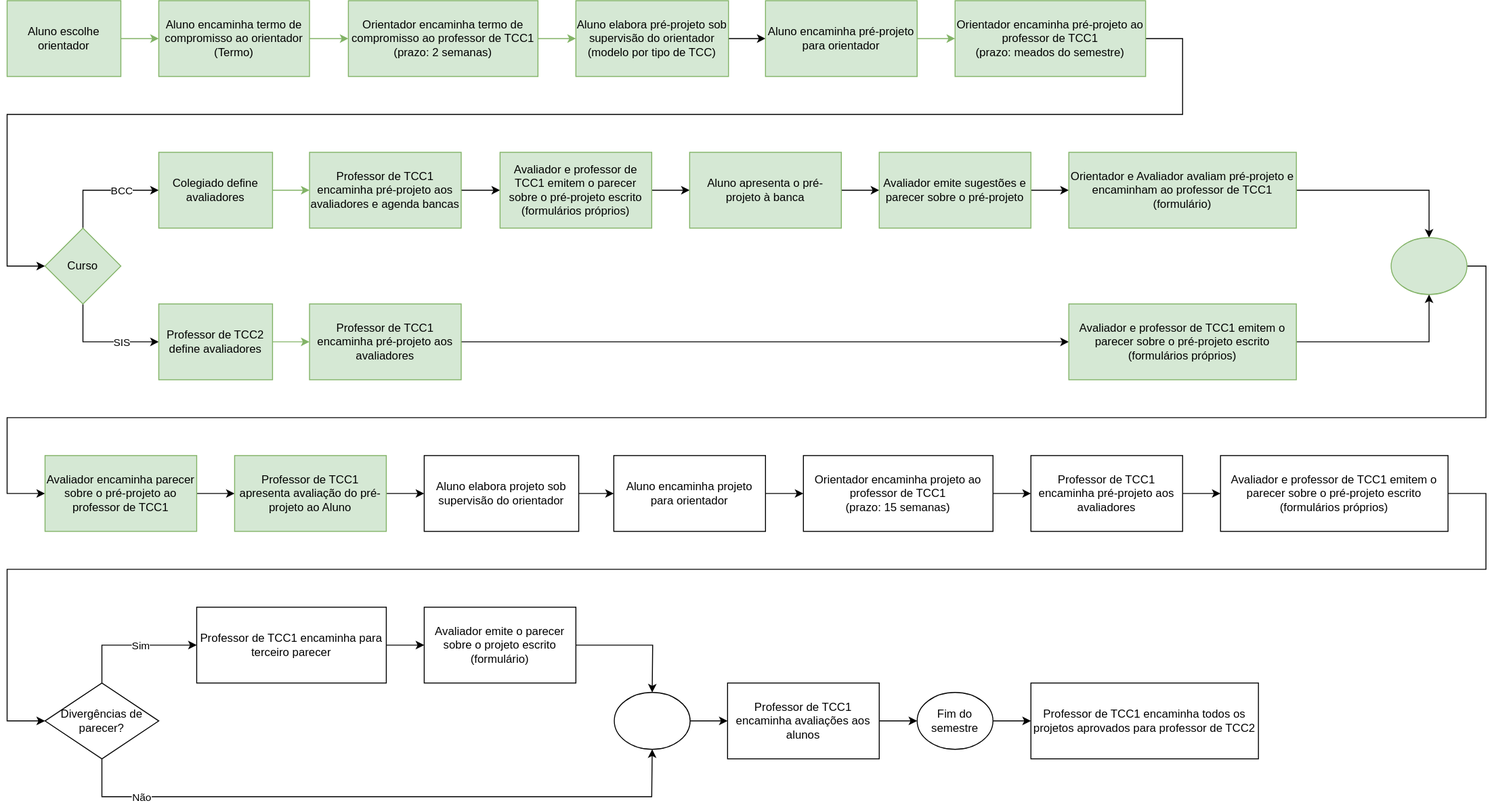
Before: cronogramaFluxograma.drawio.svg, a diagram exported from draw.io (dalton-reis/disciplina_TCC1_Privado). Source tidied: cells renumbered, new cells last; positions are measured from the earlier drawing's top-left corner, leaving out a move shared by most shapes.
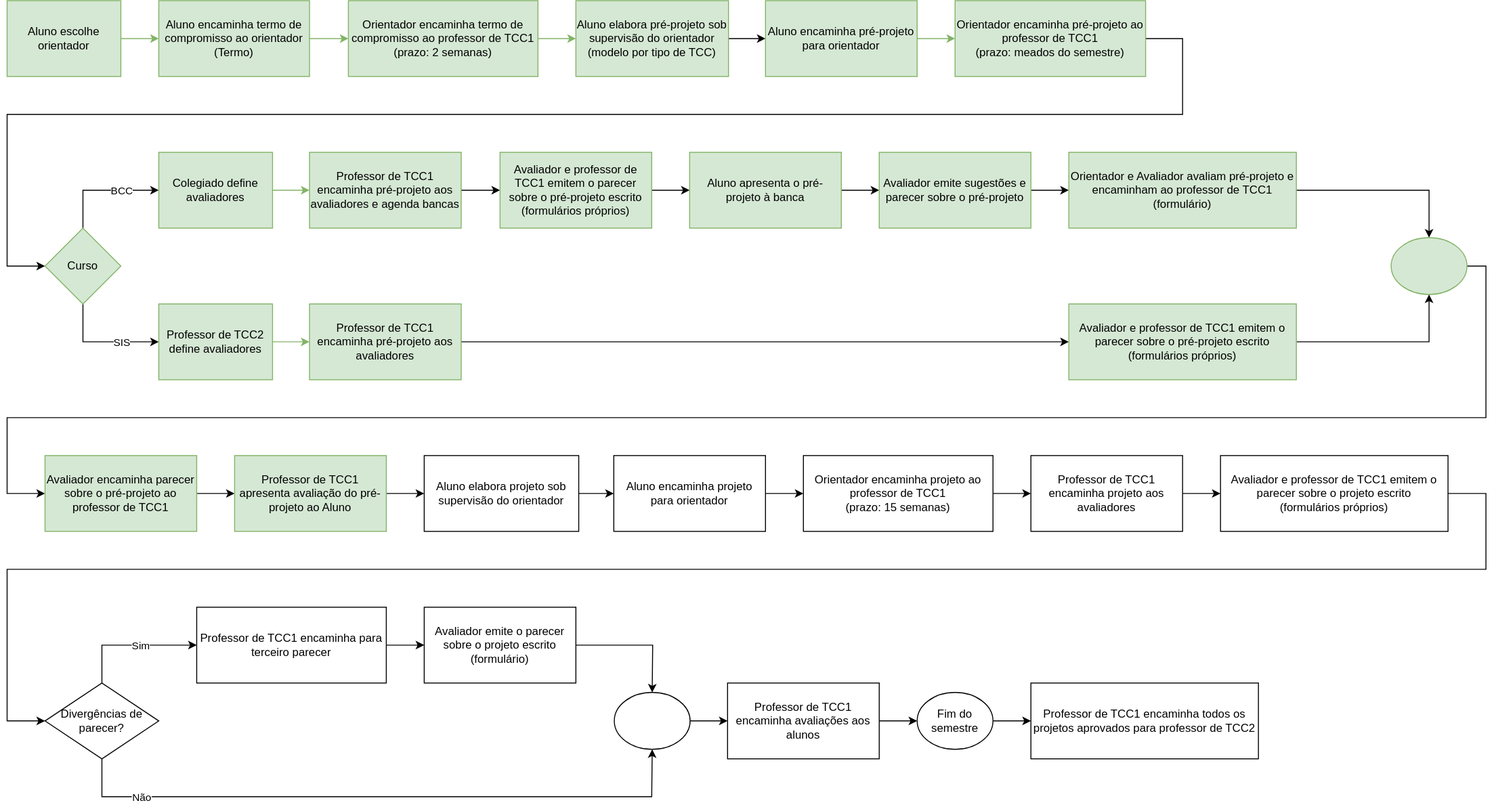
Above is the later version.

Change to the diagram source:
```diff
@@ -172,7 +172,7 @@
     <mxCell id="49" style="edgeStyle=orthogonalEdgeStyle;rounded=0;jettySize=auto;html=1;" parent="1" edge="1" source="50" target="52">
       <mxGeometry relative="1" as="geometry" />
     </mxCell>
-    <mxCell id="50" value="Professor de TCC1 encaminha pré-projeto aos avaliadores" style="whiteSpace=wrap;html=1;" parent="1" vertex="1">
+    <mxCell id="50" value="Professor de TCC1 encaminha projeto aos avaliadores" style="whiteSpace=wrap;html=1;" parent="1" vertex="1">
       <mxGeometry x="1080" y="480" width="160" height="80" as="geometry" />
     </mxCell>
     <mxCell id="51" style="edgeStyle=orthogonalEdgeStyle;rounded=0;jettySize=auto;html=1;" parent="1" edge="1" source="52" target="57">
@@ -185,7 +185,7 @@
         </Array>
       </mxGeometry>
     </mxCell>
-    <mxCell id="52" value="Avaliador e professor de TCC1 emitem o parecer sobre o pré-projeto escrito&lt;br&gt;(formulários próprios)" style="whiteSpace=wrap;html=1;" parent="1" vertex="1">
+    <mxCell id="52" value="Avaliador e professor de TCC1 emitem o parecer sobre o projeto escrito&lt;br&gt;(formulários próprios)" style="whiteSpace=wrap;html=1;" parent="1" vertex="1">
       <mxGeometry x="1280" y="480" width="240" height="80" as="geometry" />
     </mxCell>
     <mxCell id="53" style="edgeStyle=orthogonalEdgeStyle;rounded=0;jettySize=auto;html=1;exitX=0.5;exitY=0;exitDx=0;exitDy=0;entryX=0;entryY=0.5;entryDx=0;entryDy=0;" parent="1" edge="1" source="57" target="59">
```
